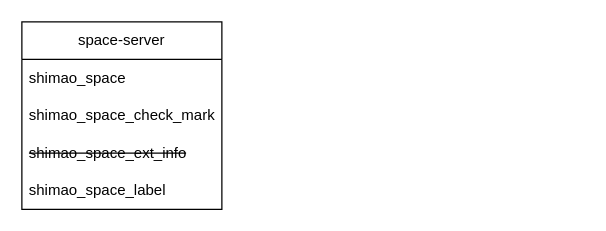
Before: yzs/IOT服务精简.drawio in yanglei1992/documents, a draw.io diagram. Source tidied: cells renumbered, new cells numbered last; positions are measured from the earlier drawing's top-left corner, leaving out a move shared by most shapes. Both pictures are drawn from the tidied source at 125%, with x=0, y=0 at pixel (21, 21).
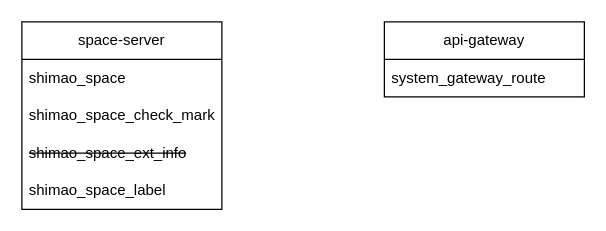
Above is the later version.

Commit message (it also covers changes not shown here):
更新IOT服务精简.drawio

Change to the diagram source:
```diff
@@
 <mxGraphModel>
   <root>
     <mxCell id="0" />
     <mxCell id="1" parent="0" />
     <mxCell id="2" value="space-server" style="swimlane;fontStyle=0;horizontal=1;startSize=30;whiteSpace=wrap;html=1;" parent="1" vertex="1">
       <mxGeometry width="160" height="150" as="geometry" />
     </mxCell>
     <mxCell id="3" value="shimao_space" style="text;strokeColor=none;fillColor=none;align=left;verticalAlign=middle;spacingLeft=4;spacingRight=4;overflow=hidden;whiteSpace=wrap;html=1;" parent="2" vertex="1">
       <mxGeometry y="30" width="160" height="30" as="geometry" />
     </mxCell>
     <mxCell id="4" value="shimao_space_check_mark" style="text;strokeColor=none;fillColor=none;align=left;verticalAlign=middle;spacingLeft=4;spacingRight=4;overflow=hidden;whiteSpace=wrap;html=1;" parent="2" vertex="1">
       <mxGeometry y="60" width="160" height="30" as="geometry" />
     </mxCell>
     <mxCell id="5" value="&lt;strike&gt;shimao_space_ext_info&lt;/strike&gt;" style="text;strokeColor=none;fillColor=none;align=left;verticalAlign=middle;spacingLeft=4;spacingRight=4;overflow=hidden;whiteSpace=wrap;html=1;" parent="2" vertex="1">
       <mxGeometry y="90" width="160" height="30" as="geometry" />
     </mxCell>
     <mxCell id="6" value="shimao_space_label" style="text;strokeColor=none;fillColor=none;align=left;verticalAlign=middle;spacingLeft=4;spacingRight=4;overflow=hidden;whiteSpace=wrap;html=1;" parent="2" vertex="1">
       <mxGeometry y="120" width="160" height="30" as="geometry" />
     </mxCell>
+    <mxCell id="7" value="api-gateway" style="swimlane;fontStyle=0;horizontal=1;startSize=30;whiteSpace=wrap;html=1;" parent="1" vertex="1">
+      <mxGeometry x="290" width="160" height="60" as="geometry" />
+    </mxCell>
+    <mxCell id="8" value="system_gateway_route" style="text;strokeColor=none;fillColor=none;align=left;verticalAlign=middle;spacingLeft=4;spacingRight=4;overflow=hidden;whiteSpace=wrap;html=1;" parent="7" vertex="1">
+      <mxGeometry y="30" width="160" height="30" as="geometry" />
+    </mxCell>
   </root>
 </mxGraphModel>
```
